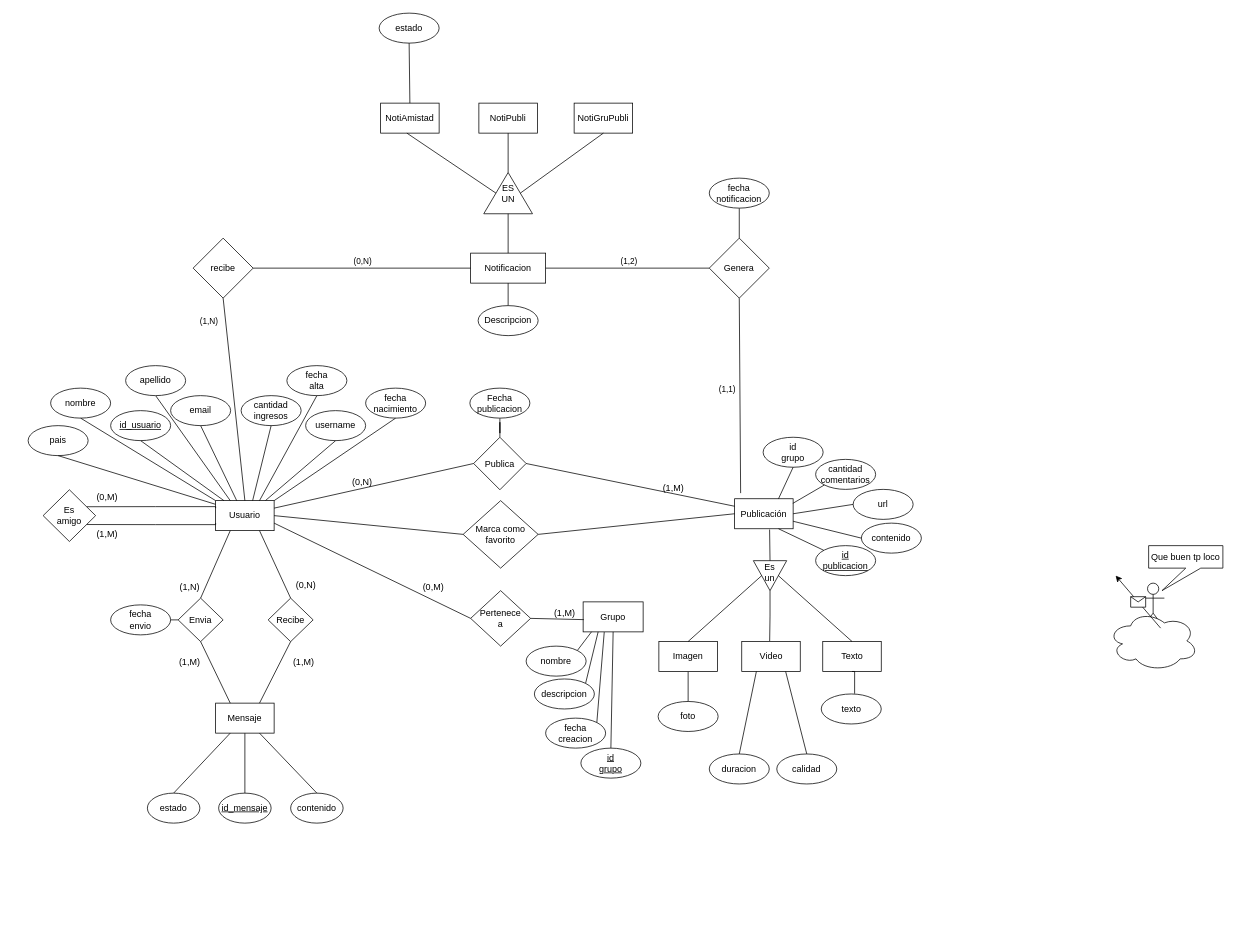
Before: tp grupal/diagramas_e-r.drawio in vceniceros/bases-de-datos-cabrera, a draw.io diagram. Source tidied: cells renumbered, new cells numbered last; positions are measured from the earlier drawing's top-left corner, leaving out a move shared by most shapes. Both pictures are drawn from the tidied source at 75%, with x=0, y=0 at pixel (28, 13).
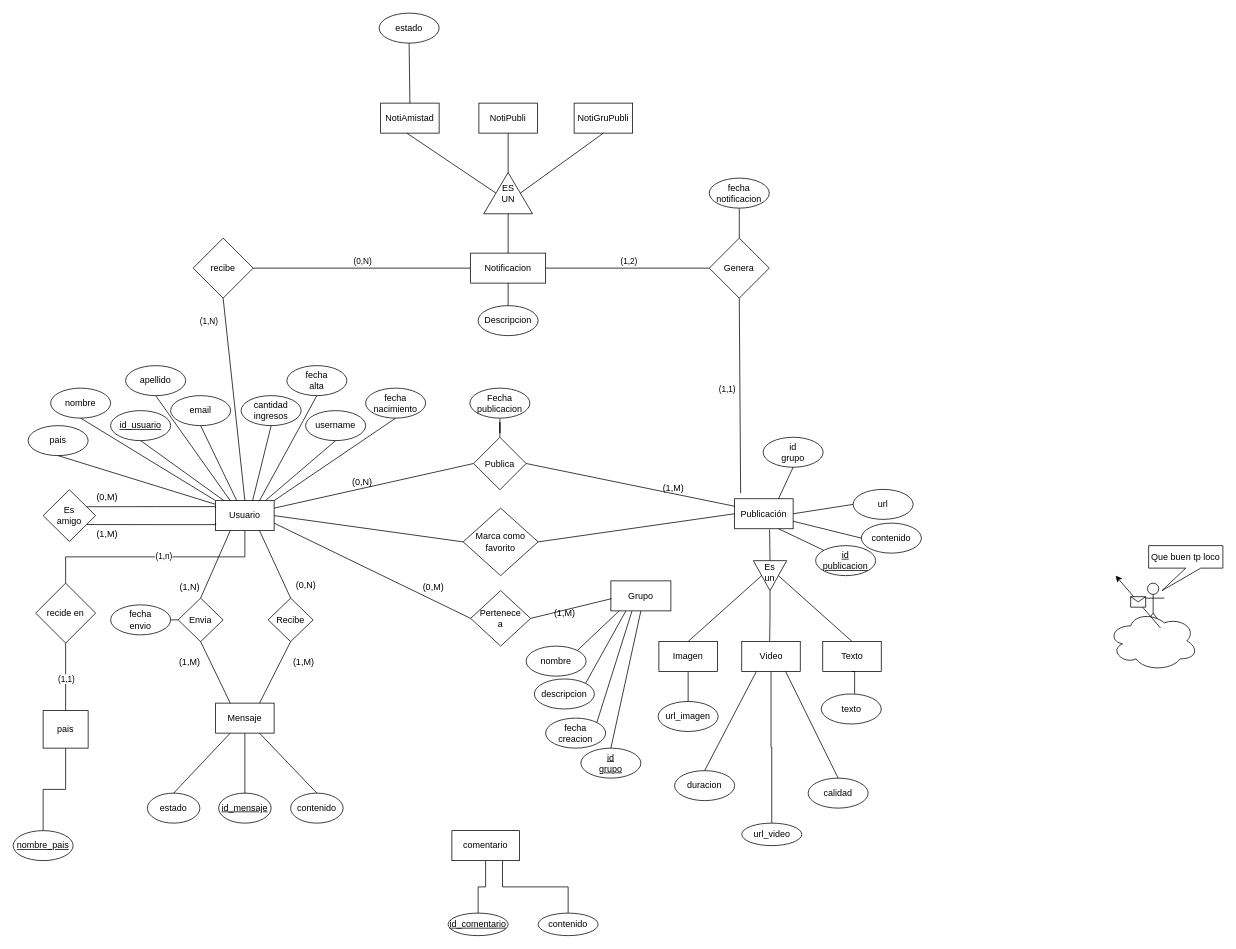
The same diagram, later.

Unchanged cells that the change refers to:
```xml
<mxCell id="12" value="Usuario" style="rounded=0;whiteSpace=wrap;html=1;" parent="1" vertex="1">
  <mxGeometry x="250" y="650" width="78" height="40" as="geometry" />
</mxCell>
<mxCell id="48" value="Publicación" style="rounded=0;whiteSpace=wrap;html=1;" parent="1" vertex="1">
  <mxGeometry x="942" y="647.5" width="78" height="40" as="geometry" />
</mxCell>
<mxCell id="75" value="Video" style="rounded=0;whiteSpace=wrap;html=1;" parent="1" vertex="1">
  <mxGeometry x="951.5" y="837.8" width="78" height="40" as="geometry" />
</mxCell>
```

What changed in the source:
```diff
@@
     <mxCell id="57" value="Marca como&lt;div&gt;favorito&lt;/div&gt;" style="rhombus;whiteSpace=wrap;html=1;" parent="1" vertex="1">
-      <mxGeometry x="580" y="650" width="100" height="90" as="geometry" />
+      <mxGeometry x="580" y="660" width="100" height="90" as="geometry" />
     </mxCell>
@@
-    <mxCell id="61" value="cantidad&lt;br&gt;comentarios" style="ellipse;whiteSpace=wrap;html=1;" parent="1" vertex="1">
-      <mxGeometry x="1050" y="595" width="80" height="40" as="geometry" />
-    </mxCell>
@@
-    <mxCell id="67" style="endArrow=none;html=1;rounded=0;entryX=0;entryY=1;entryDx=0;entryDy=0;exitX=0.995;exitY=0.154;exitDx=0;exitDy=0;exitPerimeter=0;" parent="1" edge="1" source="48" target="61">
-      <mxGeometry relative="1" as="geometry" />
-    </mxCell>
@@
+    <mxCell id="129" style="edgeStyle=orthogonalEdgeStyle;rounded=0;jettySize=auto;html=1;exitX=0.5;exitY=1;exitDx=0;exitDy=0;endArrow=none;endFill=0;" parent="1" edge="1" source="75" target="138">
+      <mxGeometry relative="1" as="geometry" />
+    </mxCell>
@@
-    <mxCell id="80" value="foto" style="ellipse;whiteSpace=wrap;html=1;" parent="1" vertex="1">
+    <mxCell id="80" value="url_imagen" style="ellipse;whiteSpace=wrap;html=1;" parent="1" vertex="1">
       <mxGeometry x="840" y="917.8" width="80" height="40" as="geometry" />
     </mxCell>
     <mxCell id="81" value="duracion" style="ellipse;whiteSpace=wrap;html=1;" parent="1" vertex="1">
-      <mxGeometry x="908.2" y="987.8" width="80" height="40" as="geometry" />
+      <mxGeometry x="862" y="1010" width="80" height="40" as="geometry" />
     </mxCell>
     <mxCell id="82" value="calidad" style="ellipse;whiteSpace=wrap;html=1;" parent="1" vertex="1">
-      <mxGeometry x="998.2" y="987.8" width="80" height="40" as="geometry" />
+      <mxGeometry x="1040" y="1020" width="80" height="40" as="geometry" />
     </mxCell>
@@
     <mxCell id="87" value="Grupo" style="rounded=0;whiteSpace=wrap;html=1;" parent="1" vertex="1">
-      <mxGeometry x="740" y="785" width="80" height="40" as="geometry" />
+      <mxGeometry x="777" y="757" width="80" height="40" as="geometry" />
     </mxCell>
@@
+    <mxCell id="130" style="edgeStyle=orthogonalEdgeStyle;rounded=0;jettySize=auto;html=1;exitX=0.5;exitY=1;exitDx=0;exitDy=0;entryX=0.5;entryY=0;entryDx=0;entryDy=0;endArrow=none;endFill=0;" parent="1" edge="1" source="131" target="132">
+      <mxGeometry relative="1" as="geometry" />
+    </mxCell>
+    <mxCell id="131" value="pais" style="whiteSpace=wrap;html=1;" parent="1" vertex="1">
+      <mxGeometry x="20" y="930" width="60" height="50" as="geometry" />
+    </mxCell>
+    <mxCell id="132" value="&lt;u&gt;nombre_pais&lt;/u&gt;" style="ellipse;whiteSpace=wrap;html=1;" parent="1" vertex="1">
+      <mxGeometry x="-20" y="1090" width="80" height="40" as="geometry" />
+    </mxCell>
+    <mxCell id="133" style="edgeStyle=orthogonalEdgeStyle;rounded=0;jettySize=auto;html=1;exitX=0.5;exitY=0;exitDx=0;exitDy=0;entryX=0.5;entryY=1;entryDx=0;entryDy=0;endArrow=none;endFill=0;" parent="1" edge="1" source="137" target="12">
+      <mxGeometry relative="1" as="geometry" />
+    </mxCell>
+    <mxCell id="134" value="(1,n)" style="edgeLabel;html=1;align=center;verticalAlign=middle;" parent="133" vertex="1">
+      <mxGeometry x="0.07" y="2" relative="1" as="geometry" />
+    </mxCell>
+    <mxCell id="135" style="edgeStyle=orthogonalEdgeStyle;rounded=0;jettySize=auto;html=1;exitX=0.5;exitY=1;exitDx=0;exitDy=0;endArrow=none;endFill=0;" parent="1" edge="1" source="137" target="131">
+      <mxGeometry relative="1" as="geometry">
+        <Array as="points">
+          <mxPoint x="50" y="880" />
+          <mxPoint x="50" y="880" />
+        </Array>
+      </mxGeometry>
+    </mxCell>
+    <mxCell id="136" value="(1,1)" style="edgeLabel;html=1;align=center;verticalAlign=middle;" parent="135" vertex="1">
+      <mxGeometry x="0.04" relative="1" as="geometry" />
+    </mxCell>
+    <mxCell id="137" value="recide en" style="rhombus;whiteSpace=wrap;html=1;" parent="1" vertex="1">
+      <mxGeometry x="10" y="760" width="80" height="80" as="geometry" />
+    </mxCell>
+    <mxCell id="138" value="url_video" style="ellipse;whiteSpace=wrap;html=1;" parent="1" vertex="1">
+      <mxGeometry x="951.5" y="1080" width="80" height="30" as="geometry" />
+    </mxCell>
+    <mxCell id="139" style="edgeStyle=orthogonalEdgeStyle;rounded=0;jettySize=auto;html=1;exitX=0.5;exitY=1;exitDx=0;exitDy=0;endArrow=none;endFill=0;" parent="1" edge="1" source="141" target="142">
+      <mxGeometry relative="1" as="geometry" />
+    </mxCell>
+    <mxCell id="140" style="edgeStyle=orthogonalEdgeStyle;rounded=0;jettySize=auto;html=1;exitX=0.75;exitY=1;exitDx=0;exitDy=0;endArrow=none;endFill=0;" parent="1" edge="1" source="141" target="143">
+      <mxGeometry relative="1" as="geometry" />
+    </mxCell>
+    <mxCell id="141" value="comentario" style="whiteSpace=wrap;html=1;" parent="1" vertex="1">
+      <mxGeometry x="565" y="1090" width="90" height="40" as="geometry" />
+    </mxCell>
+    <mxCell id="142" value="&lt;u&gt;id_comentario&lt;/u&gt;" style="ellipse;whiteSpace=wrap;html=1;" parent="1" vertex="1">
+      <mxGeometry x="560" y="1200" width="80" height="30" as="geometry" />
+    </mxCell>
+    <mxCell id="143" value="contenido" style="ellipse;whiteSpace=wrap;html=1;" parent="1" vertex="1">
+      <mxGeometry x="680" y="1200" width="80" height="30" as="geometry" />
+    </mxCell>
```
